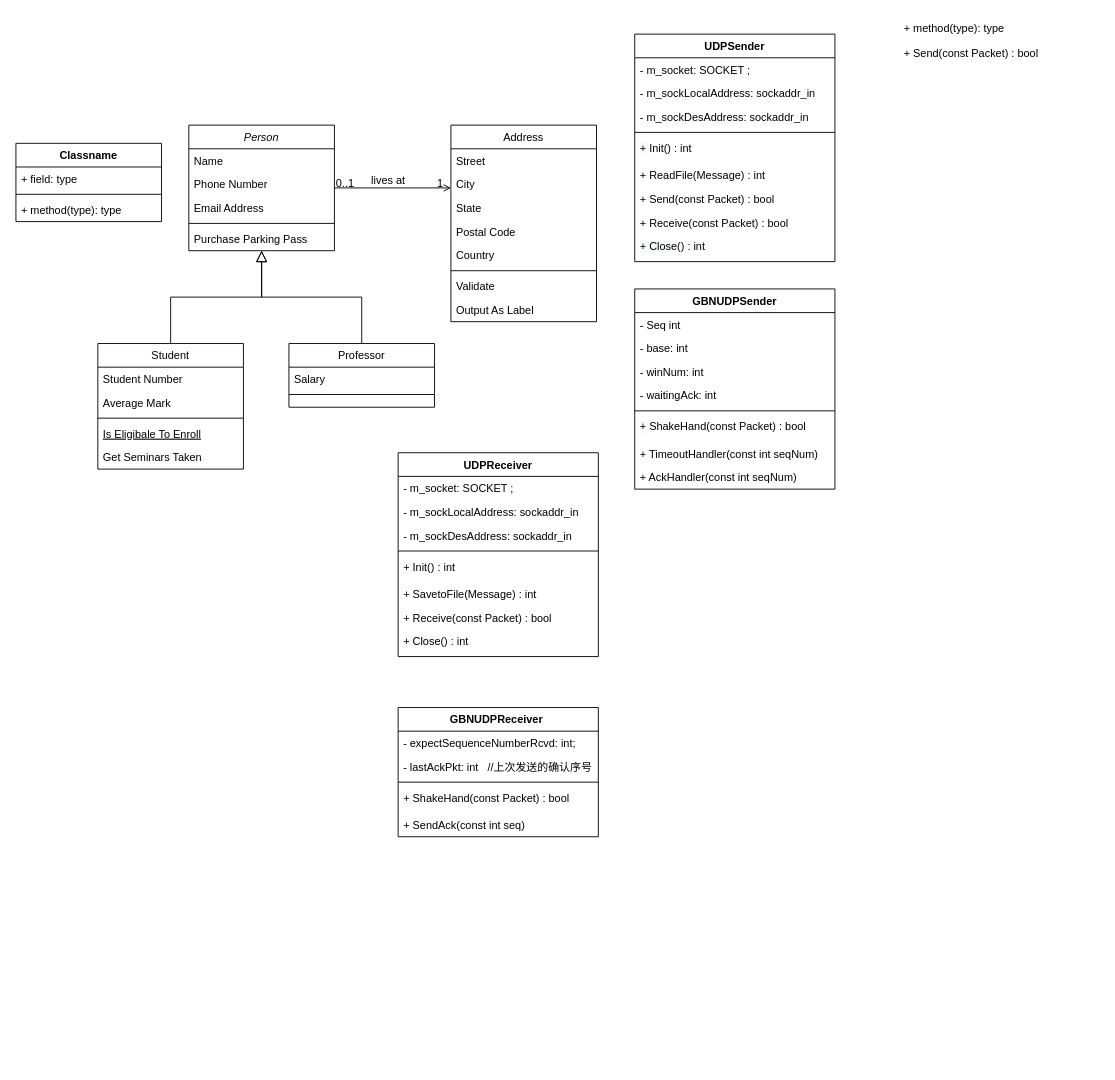
Above: Untitled Diagram.drawio in HUST-NJR/test (draw.io), before the change. Source tidied: cells renumbered, new cells numbered last; positions are measured from the earlier drawing's top-left corner, leaving out a move shared by most shapes. Both pictures are drawn from the tidied source at 91%, with x=0, y=0 at pixel (15, 15).
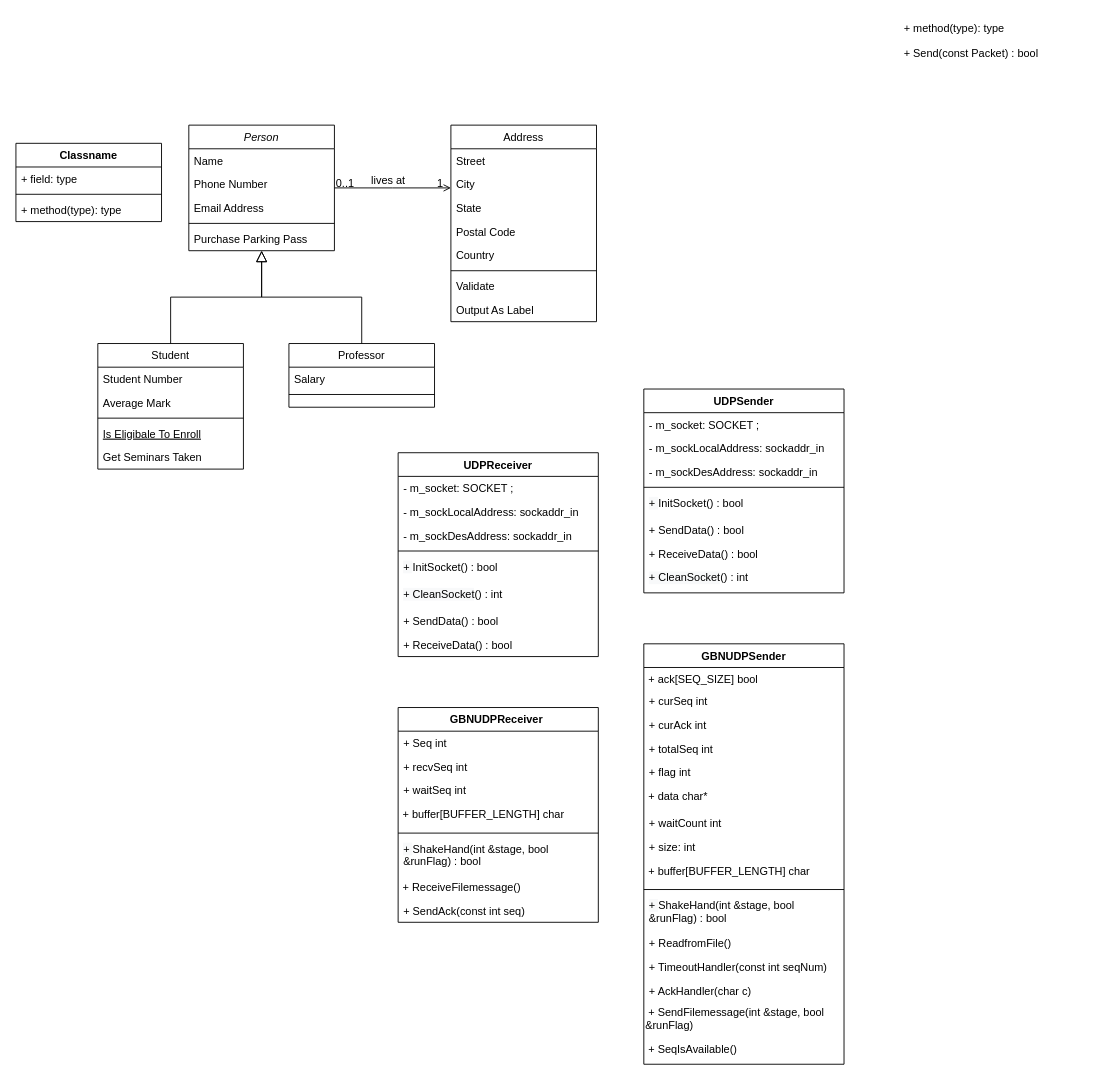
Above is the later version.

The change refers to these unchanged cells:
```xml
<mxCell id="57" value="UDPReceiver" style="swimlane;fontStyle=1;align=center;verticalAlign=top;horizontal=1;startSize=26;" parent="1" vertex="1">
  <mxGeometry x="420" y="480" width="220" height="224" as="geometry" />
</mxCell>
```

Change to the diagram source:
```diff
@@
     <mxCell id="36" value="UDPSender" style="swimlane;fontStyle=1;align=center;verticalAlign=top;horizontal=1;startSize=26;" parent="1" vertex="1">
-      <mxGeometry x="680" y="20" width="220" height="250" as="geometry" />
+      <mxGeometry x="690" y="410" width="220" height="224" as="geometry" />
     </mxCell>
@@
-    <mxCell id="41" value="&lt;span style=&quot;color: rgb(0 , 0 , 0) ; font-family: &amp;#34;helvetica&amp;#34; ; font-size: 12px ; font-style: normal ; font-weight: 400 ; letter-spacing: normal ; text-indent: 0px ; text-transform: none ; word-spacing: 0px ; background-color: rgb(248 , 249 , 250) ; display: inline ; float: none&quot;&gt;+ &lt;/span&gt;Init() : int" style="text;whiteSpace=wrap;html=1;rounded=0;shadow=0;align=left;spacingRight=4;spacingLeft=4;" parent="36" vertex="1">
+    <mxCell id="41" value="&lt;span style=&quot;color: rgb(0 , 0 , 0) ; font-family: &amp;#34;helvetica&amp;#34; ; font-size: 12px ; font-style: normal ; font-weight: 400 ; letter-spacing: normal ; text-indent: 0px ; text-transform: none ; word-spacing: 0px ; background-color: rgb(248 , 249 , 250) ; display: inline ; float: none&quot;&gt;+ &lt;/span&gt;InitSocket() : bool" style="text;whiteSpace=wrap;html=1;rounded=0;shadow=0;align=left;spacingRight=4;spacingLeft=4;" parent="36" vertex="1">
       <mxGeometry y="112" width="220" height="30" as="geometry" />
     </mxCell>
-    <mxCell id="42" value="+ ReadFile(Message) : int" style="text;strokeColor=none;fillColor=none;align=left;verticalAlign=top;spacingLeft=4;spacingRight=4;overflow=hidden;" parent="36" vertex="1">
-      <mxGeometry y="142" width="220" height="26" as="geometry" />
-    </mxCell>
-    <mxCell id="43" value="+ Send(const Packet) : bool" style="text;strokeColor=none;fillColor=none;align=left;verticalAlign=top;spacingLeft=4;spacingRight=4;overflow=hidden;" parent="36" vertex="1">
-      <mxGeometry y="168" width="220" height="26" as="geometry" />
+    <mxCell id="43" value="+ SendData() : bool" style="text;strokeColor=none;fillColor=none;align=left;verticalAlign=top;spacingLeft=4;spacingRight=4;overflow=hidden;" parent="36" vertex="1">
+      <mxGeometry y="142" width="220" height="26" as="geometry" />
     </mxCell>
-    <mxCell id="44" value="+ Receive(const Packet) : bool" style="text;strokeColor=none;fillColor=none;align=left;verticalAlign=top;spacingLeft=4;spacingRight=4;overflow=hidden;" parent="36" vertex="1">
-      <mxGeometry y="194" width="220" height="26" as="geometry" />
+    <mxCell id="44" value="+ ReceiveData() : bool" style="text;strokeColor=none;fillColor=none;align=left;verticalAlign=top;spacingLeft=4;spacingRight=4;overflow=hidden;" parent="36" vertex="1">
+      <mxGeometry y="168" width="220" height="26" as="geometry" />
     </mxCell>
-    <mxCell id="45" value="&lt;span style=&quot;color: rgb(0 , 0 , 0) ; font-family: &amp;#34;helvetica&amp;#34; ; font-size: 12px ; font-style: normal ; font-weight: 400 ; letter-spacing: normal ; text-indent: 0px ; text-transform: none ; word-spacing: 0px ; background-color: rgb(248 , 249 , 250) ; display: inline ; float: none&quot;&gt;+ Close&lt;/span&gt;() : int" style="text;whiteSpace=wrap;html=1;rounded=0;shadow=0;align=left;spacingRight=4;spacingLeft=4;" parent="36" vertex="1">
-      <mxGeometry y="220" width="220" height="30" as="geometry" />
+    <mxCell id="45" value="&lt;span style=&quot;color: rgb(0 , 0 , 0) ; font-family: &amp;#34;helvetica&amp;#34; ; font-size: 12px ; font-style: normal ; font-weight: 400 ; letter-spacing: normal ; text-indent: 0px ; text-transform: none ; word-spacing: 0px ; background-color: rgb(248 , 249 , 250) ; display: inline ; float: none&quot;&gt;+ CleanSocket&lt;/span&gt;() : int" style="text;whiteSpace=wrap;html=1;rounded=0;shadow=0;align=left;spacingRight=4;spacingLeft=4;" parent="36" vertex="1">
+      <mxGeometry y="194" width="220" height="30" as="geometry" />
     </mxCell>
@@
     <mxCell id="48" value="GBNUDPSender" style="swimlane;fontStyle=1;align=center;verticalAlign=top;horizontal=1;startSize=26;" parent="1" vertex="1">
-      <mxGeometry x="680" y="300" width="220" height="220" as="geometry" />
+      <mxGeometry x="690" y="690" width="220" height="462" as="geometry" />
     </mxCell>
+    <mxCell id="72" value="&amp;nbsp;+ ack[SEQ_SIZE] bool" style="text;whiteSpace=wrap;html=1;" parent="48" vertex="1">
+      <mxGeometry y="26" width="220" height="24" as="geometry" />
+    </mxCell>
-    <mxCell id="49" value="- Seq int " style="text;strokeColor=none;fillColor=none;align=left;verticalAlign=top;spacingLeft=4;spacingRight=4;overflow=hidden;" parent="48" vertex="1">
-      <mxGeometry y="26" width="220" height="26" as="geometry" />
+    <mxCell id="49" value="+ curSeq int " style="text;strokeColor=none;fillColor=none;align=left;verticalAlign=top;spacingLeft=4;spacingRight=4;overflow=hidden;" parent="48" vertex="1">
+      <mxGeometry y="50" width="220" height="26" as="geometry" />
     </mxCell>
+    <mxCell id="73" value="+ curAck int " style="text;strokeColor=none;fillColor=none;align=left;verticalAlign=top;spacingLeft=4;spacingRight=4;overflow=hidden;" parent="48" vertex="1">
+      <mxGeometry y="76" width="220" height="26" as="geometry" />
+    </mxCell>
+    <mxCell id="74" value="+ totalSeq int " style="text;strokeColor=none;fillColor=none;align=left;verticalAlign=top;spacingLeft=4;spacingRight=4;overflow=hidden;" parent="48" vertex="1">
+      <mxGeometry y="102" width="220" height="26" as="geometry" />
+    </mxCell>
+    <mxCell id="75" value="+ flag int " style="text;strokeColor=none;fillColor=none;align=left;verticalAlign=top;spacingLeft=4;spacingRight=4;overflow=hidden;" parent="48" vertex="1">
+      <mxGeometry y="128" width="220" height="26" as="geometry" />
+    </mxCell>
+    <mxCell id="76" value="&amp;nbsp;+ data char*" style="text;whiteSpace=wrap;html=1;" parent="48" vertex="1">
+      <mxGeometry y="154" width="220" height="30" as="geometry" />
+    </mxCell>
+    <mxCell id="77" value="+ waitCount int " style="text;strokeColor=none;fillColor=none;align=left;verticalAlign=top;spacingLeft=4;spacingRight=4;overflow=hidden;" parent="48" vertex="1">
+      <mxGeometry y="184" width="220" height="26" as="geometry" />
+    </mxCell>
-    <mxCell id="50" value="- base: int" style="text;strokeColor=none;fillColor=none;align=left;verticalAlign=top;spacingLeft=4;spacingRight=4;overflow=hidden;" parent="48" vertex="1">
-      <mxGeometry y="52" width="220" height="26" as="geometry" />
+    <mxCell id="50" value="+ size: int" style="text;strokeColor=none;fillColor=none;align=left;verticalAlign=top;spacingLeft=4;spacingRight=4;overflow=hidden;" parent="48" vertex="1">
+      <mxGeometry y="210" width="220" height="26" as="geometry" />
     </mxCell>
-    <mxCell id="51" value="- winNum: int" style="text;strokeColor=none;fillColor=none;align=left;verticalAlign=top;spacingLeft=4;spacingRight=4;overflow=hidden;" parent="48" vertex="1">
-      <mxGeometry y="78" width="220" height="26" as="geometry" />
-    </mxCell>
-    <mxCell id="52" value="- waitingAck: int" style="text;strokeColor=none;fillColor=none;align=left;verticalAlign=top;spacingLeft=4;spacingRight=4;overflow=hidden;" parent="48" vertex="1">
-      <mxGeometry y="104" width="220" height="26" as="geometry" />
-    </mxCell>
+    <mxCell id="78" value="&amp;nbsp;+ buffer[BUFFER_LENGTH] char" style="text;whiteSpace=wrap;html=1;" parent="48" vertex="1">
+      <mxGeometry y="236" width="220" height="30" as="geometry" />
+    </mxCell>
     <mxCell id="53" style="line;strokeWidth=1;fillColor=none;align=left;verticalAlign=middle;spacingTop=-1;spacingLeft=3;spacingRight=3;labelPosition=right;" parent="48" vertex="1">
-      <mxGeometry y="130" width="220" height="8" as="geometry" />
+      <mxGeometry y="266" width="220" height="8" as="geometry" />
     </mxCell>
-    <mxCell id="54" value="&lt;span style=&quot;color: rgb(0 , 0 , 0) ; font-family: &amp;#34;helvetica&amp;#34; ; font-size: 12px ; font-style: normal ; font-weight: 400 ; letter-spacing: normal ; text-indent: 0px ; text-transform: none ; word-spacing: 0px ; background-color: rgb(248 , 249 , 250) ; display: inline ; float: none&quot;&gt;+ &lt;/span&gt;ShakeHand(const Packet) : bool" style="text;whiteSpace=wrap;html=1;rounded=0;shadow=0;align=left;spacingRight=4;spacingLeft=4;" parent="48" vertex="1">
-      <mxGeometry y="138" width="220" height="30" as="geometry" />
+    <mxCell id="54" value="&lt;span style=&quot;color: rgb(0 , 0 , 0) ; font-family: &amp;#34;helvetica&amp;#34; ; font-size: 12px ; font-style: normal ; font-weight: 400 ; letter-spacing: normal ; text-indent: 0px ; text-transform: none ; word-spacing: 0px ; background-color: rgb(248 , 249 , 250) ; display: inline ; float: none&quot;&gt;+ &lt;/span&gt;ShakeHand(int &amp;amp;stage, bool &amp;amp;runFlag) : bool" style="text;whiteSpace=wrap;html=1;rounded=0;shadow=0;align=left;spacingRight=4;spacingLeft=4;" parent="48" vertex="1">
+      <mxGeometry y="274" width="220" height="42" as="geometry" />
     </mxCell>
+    <mxCell id="42" value="+ ReadfromFile()" style="text;strokeColor=none;fillColor=none;align=left;verticalAlign=top;spacingLeft=4;spacingRight=4;overflow=hidden;" parent="48" vertex="1">
+      <mxGeometry y="316" width="220" height="26" as="geometry" />
+    </mxCell>
     <mxCell id="55" value="+ TimeoutHandler(const int seqNum) " style="text;strokeColor=none;fillColor=none;align=left;verticalAlign=top;spacingLeft=4;spacingRight=4;overflow=hidden;" parent="48" vertex="1">
-      <mxGeometry y="168" width="220" height="26" as="geometry" />
+      <mxGeometry y="342" width="220" height="26" as="geometry" />
     </mxCell>
-    <mxCell id="56" value="+ AckHandler(const int seqNum) " style="text;strokeColor=none;fillColor=none;align=left;verticalAlign=top;spacingLeft=4;spacingRight=4;overflow=hidden;" parent="48" vertex="1">
-      <mxGeometry y="194" width="220" height="26" as="geometry" />
-    </mxCell>
+    <mxCell id="79" value="+ AckHandler(char c) " style="text;strokeColor=none;fillColor=none;align=left;verticalAlign=top;spacingLeft=4;spacingRight=4;overflow=hidden;" parent="48" vertex="1">
+      <mxGeometry y="368" width="220" height="24" as="geometry" />
+    </mxCell>
+    <mxCell id="80" value="&lt;span&gt;&amp;nbsp;+&amp;nbsp;&lt;/span&gt;SendFilemessage(int &amp;amp;stage, bool &amp;amp;runFlag)" style="text;whiteSpace=wrap;html=1;" parent="48" vertex="1">
+      <mxGeometry y="392" width="220" height="40" as="geometry" />
+    </mxCell>
+    <mxCell id="81" value="&amp;nbsp;+ SeqIsAvailable()" style="text;whiteSpace=wrap;html=1;" parent="48" vertex="1">
+      <mxGeometry y="432" width="220" height="30" as="geometry" />
+    </mxCell>
@@
-    <mxCell id="62" value="&lt;span style=&quot;color: rgb(0 , 0 , 0) ; font-family: &amp;#34;helvetica&amp;#34; ; font-size: 12px ; font-style: normal ; font-weight: 400 ; letter-spacing: normal ; text-indent: 0px ; text-transform: none ; word-spacing: 0px ; background-color: rgb(248 , 249 , 250) ; display: inline ; float: none&quot;&gt;+ &lt;/span&gt;Init() : int" style="text;whiteSpace=wrap;html=1;rounded=0;shadow=0;align=left;spacingRight=4;spacingLeft=4;" parent="57" vertex="1">
-      <mxGeometry y="112" width="220" height="30" as="geometry" />
-    </mxCell>
-    <mxCell id="63" value="+ SavetoFile(Message) : int" style="text;strokeColor=none;fillColor=none;align=left;verticalAlign=top;spacingLeft=4;spacingRight=4;overflow=hidden;" parent="57" vertex="1">
-      <mxGeometry y="142" width="220" height="26" as="geometry" />
-    </mxCell>
-    <mxCell id="64" value="+ Receive(const Packet) : bool" style="text;strokeColor=none;fillColor=none;align=left;verticalAlign=top;spacingLeft=4;spacingRight=4;overflow=hidden;" parent="57" vertex="1">
-      <mxGeometry y="168" width="220" height="26" as="geometry" />
-    </mxCell>
-    <mxCell id="65" value="&lt;span style=&quot;color: rgb(0 , 0 , 0) ; font-family: &amp;#34;helvetica&amp;#34; ; font-size: 12px ; font-style: normal ; font-weight: 400 ; letter-spacing: normal ; text-indent: 0px ; text-transform: none ; word-spacing: 0px ; background-color: rgb(248 , 249 , 250) ; display: inline ; float: none&quot;&gt;+ Close&lt;/span&gt;() : int" style="text;whiteSpace=wrap;html=1;rounded=0;shadow=0;align=left;spacingRight=4;spacingLeft=4;" parent="57" vertex="1">
-      <mxGeometry y="194" width="220" height="30" as="geometry" />
-    </mxCell>
+    <mxCell id="82" value="&lt;span style=&quot;color: rgb(0 , 0 , 0) ; font-family: &amp;#34;helvetica&amp;#34; ; font-size: 12px ; font-style: normal ; font-weight: 400 ; letter-spacing: normal ; text-indent: 0px ; text-transform: none ; word-spacing: 0px ; background-color: rgb(248 , 249 , 250) ; display: inline ; float: none&quot;&gt;+ &lt;/span&gt;InitSocket() : bool" style="text;whiteSpace=wrap;html=1;rounded=0;shadow=0;align=left;spacingRight=4;spacingLeft=4;" parent="57" vertex="1">
+      <mxGeometry y="112" width="220" height="30" as="geometry" />
+    </mxCell>
+    <mxCell id="83" value="&lt;span style=&quot;color: rgb(0 , 0 , 0) ; font-family: &amp;#34;helvetica&amp;#34; ; font-size: 12px ; font-style: normal ; font-weight: 400 ; letter-spacing: normal ; text-indent: 0px ; text-transform: none ; word-spacing: 0px ; background-color: rgb(248 , 249 , 250) ; display: inline ; float: none&quot;&gt;+ CleanSocket&lt;/span&gt;() : int" style="text;whiteSpace=wrap;html=1;rounded=0;shadow=0;align=left;spacingRight=4;spacingLeft=4;" parent="57" vertex="1">
+      <mxGeometry y="142" width="220" height="30" as="geometry" />
+    </mxCell>
+    <mxCell id="84" value="+ SendData() : bool" style="text;strokeColor=none;fillColor=none;align=left;verticalAlign=top;spacingLeft=4;spacingRight=4;overflow=hidden;" parent="57" vertex="1">
+      <mxGeometry y="172" width="220" height="26" as="geometry" />
+    </mxCell>
+    <mxCell id="85" value="+ ReceiveData() : bool" style="text;strokeColor=none;fillColor=none;align=left;verticalAlign=top;spacingLeft=4;spacingRight=4;overflow=hidden;" parent="57" vertex="1">
+      <mxGeometry y="198" width="220" height="26" as="geometry" />
+    </mxCell>
     <mxCell id="66" value="GBNUDPReceiver " style="swimlane;fontStyle=1;align=center;verticalAlign=top;horizontal=1;startSize=26;" parent="1" vertex="1">
-      <mxGeometry x="420" y="760" width="220" height="142" as="geometry" />
+      <mxGeometry x="420" y="760" width="220" height="236" as="geometry" />
     </mxCell>
-    <mxCell id="67" value="- expectSequenceNumberRcvd: int;" style="text;strokeColor=none;fillColor=none;align=left;verticalAlign=top;spacingLeft=4;spacingRight=4;overflow=hidden;" parent="66" vertex="1">
-      <mxGeometry y="26" width="220" height="26" as="geometry" />
-    </mxCell>
-    <mxCell id="68" value="- lastAckPkt: int   //上次发送的确认序号" style="text;strokeColor=none;fillColor=none;align=left;verticalAlign=top;spacingLeft=4;spacingRight=4;overflow=hidden;" parent="66" vertex="1">
-      <mxGeometry y="52" width="220" height="26" as="geometry" />
-    </mxCell>
+    <mxCell id="86" value="+ Seq int " style="text;strokeColor=none;fillColor=none;align=left;verticalAlign=top;spacingLeft=4;spacingRight=4;overflow=hidden;" parent="66" vertex="1">
+      <mxGeometry y="26" width="220" height="26" as="geometry" />
+    </mxCell>
+    <mxCell id="87" value="+ recvSeq int " style="text;strokeColor=none;fillColor=none;align=left;verticalAlign=top;spacingLeft=4;spacingRight=4;overflow=hidden;" parent="66" vertex="1">
+      <mxGeometry y="52" width="220" height="26" as="geometry" />
+    </mxCell>
+    <mxCell id="88" value="+ waitSeq int " style="text;strokeColor=none;fillColor=none;align=left;verticalAlign=top;spacingLeft=4;spacingRight=4;overflow=hidden;" parent="66" vertex="1">
+      <mxGeometry y="78" width="220" height="26" as="geometry" />
+    </mxCell>
+    <mxCell id="89" value="&amp;nbsp;+ buffer[BUFFER_LENGTH] char" style="text;whiteSpace=wrap;html=1;" parent="66" vertex="1">
+      <mxGeometry y="104" width="220" height="30" as="geometry" />
+    </mxCell>
     <mxCell id="69" style="line;strokeWidth=1;fillColor=none;align=left;verticalAlign=middle;spacingTop=-1;spacingLeft=3;spacingRight=3;labelPosition=right;" parent="66" vertex="1">
-      <mxGeometry y="78" width="220" height="8" as="geometry" />
+      <mxGeometry y="134" width="220" height="8" as="geometry" />
     </mxCell>
-    <mxCell id="70" value="&lt;span style=&quot;color: rgb(0 , 0 , 0) ; font-family: &amp;#34;helvetica&amp;#34; ; font-size: 12px ; font-style: normal ; font-weight: 400 ; letter-spacing: normal ; text-indent: 0px ; text-transform: none ; word-spacing: 0px ; background-color: rgb(248 , 249 , 250) ; display: inline ; float: none&quot;&gt;+ &lt;/span&gt;ShakeHand(const Packet) : bool" style="text;whiteSpace=wrap;html=1;rounded=0;shadow=0;align=left;spacingRight=4;spacingLeft=4;" parent="66" vertex="1">
-      <mxGeometry y="86" width="220" height="30" as="geometry" />
-    </mxCell>
+    <mxCell id="90" value="&lt;span style=&quot;color: rgb(0 , 0 , 0) ; font-family: &amp;#34;helvetica&amp;#34; ; font-size: 12px ; font-style: normal ; font-weight: 400 ; letter-spacing: normal ; text-indent: 0px ; text-transform: none ; word-spacing: 0px ; background-color: rgb(248 , 249 , 250) ; display: inline ; float: none&quot;&gt;+ &lt;/span&gt;ShakeHand(int &amp;amp;stage, bool &amp;amp;runFlag) : bool" style="text;whiteSpace=wrap;html=1;rounded=0;shadow=0;align=left;spacingRight=4;spacingLeft=4;" parent="66" vertex="1">
+      <mxGeometry y="142" width="220" height="42" as="geometry" />
+    </mxCell>
+    <mxCell id="91" value="&lt;span&gt;&amp;nbsp;+ Receive&lt;/span&gt;Filemessage()" style="text;whiteSpace=wrap;html=1;" parent="66" vertex="1">
+      <mxGeometry y="184" width="220" height="26" as="geometry" />
+    </mxCell>
     <mxCell id="71" value="+ SendAck(const int seq) " style="text;strokeColor=none;fillColor=none;align=left;verticalAlign=top;spacingLeft=4;spacingRight=4;overflow=hidden;" parent="66" vertex="1">
-      <mxGeometry y="116" width="220" height="26" as="geometry" />
+      <mxGeometry y="210" width="220" height="26" as="geometry" />
     </mxCell>
```
